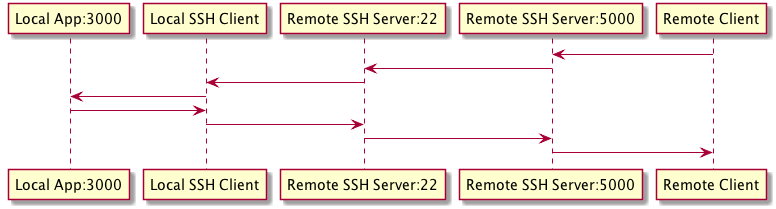
Before: static/ox-hugo/ssh_tunnel_remote.png, a diagram exported from PlantUML (tendant/blog.leiwang.info).
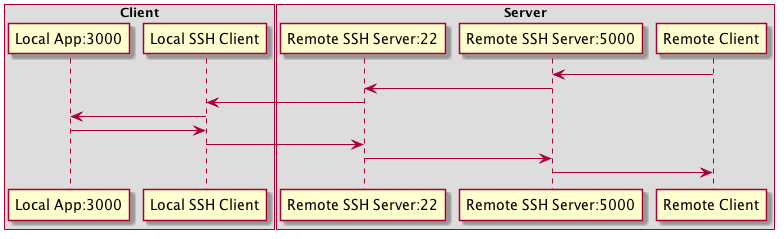
After the change.

The edit, as a diff of the source:
```diff
@@ -1,9 +1,13 @@
 @startuml
-participant "Local App:3000" as ClientAppPort
-participant "Local SSH Client" as SshClient
-participant "Remote SSH Server:22" as SshServer
-participant "Remote SSH Server:5000" as SshServerForwardingPort
-participant "Remote Client" as RemoteClient
+box "Client"
+    participant "Local App:3000" as ClientAppPort
+    participant "Local SSH Client" as SshClient
+end box
+box "Server"
+    participant "Remote SSH Server:22" as SshServer
+    participant "Remote SSH Server:5000" as SshServerForwardingPort
+    participant "Remote Client" as RemoteClient
+end box
 
 RemoteClient -> SshServerForwardingPort
 SshServerForwardingPort -> SshServer
```
